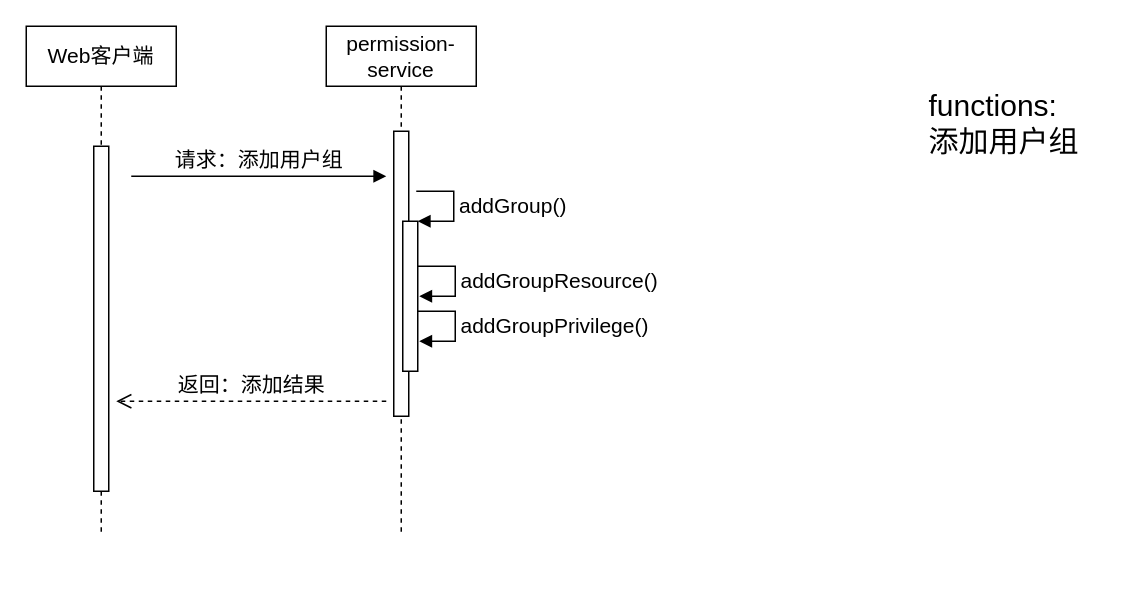
Before: page "sequence-addGroup" (5 of 5) of CDRS/module-design.drawio in waterwatermelon/graph, a draw.io diagram. Source tidied: cells renumbered, new cells numbered last; positions are measured from the earlier drawing's top-left corner, leaving out a move shared by most shapes. Both pictures are drawn from the tidied source at 150%, with x=0, y=0 at pixel (26, 26).
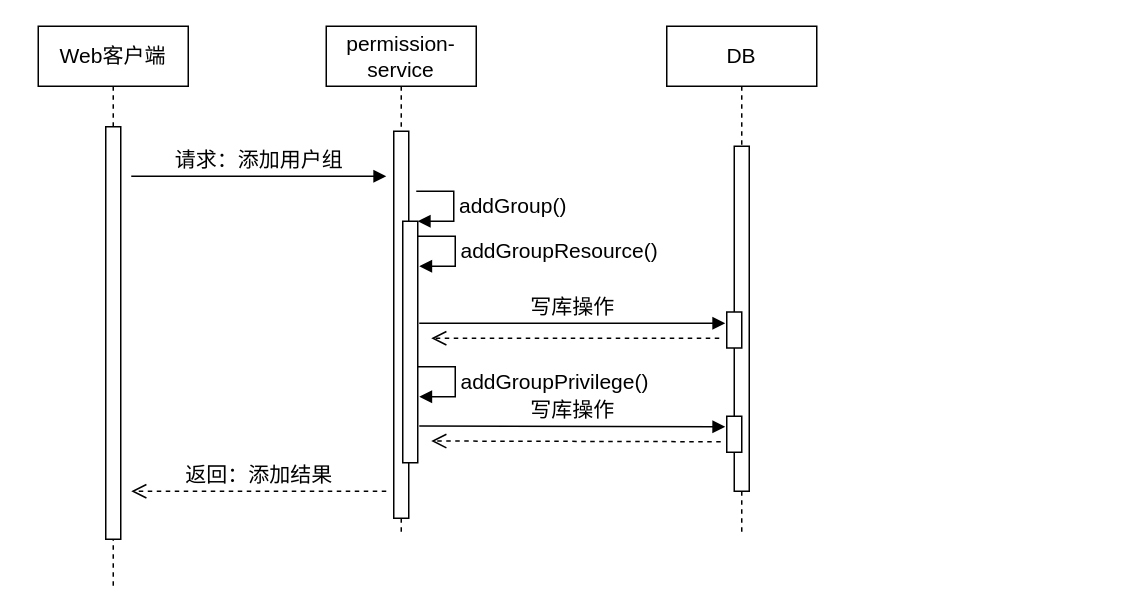
The same page after the edit.

The change refers to these unchanged cells:
```xml
<mxCell id="3" value="permission-service" style="shape=umlLifeline;perimeter=lifelinePerimeter;whiteSpace=wrap;html=1;fontSize=14;" parent="1" vertex="1">
  <mxGeometry x="200" width="100" height="340" as="geometry" />
</mxCell>
```

What changed in the source:
```diff
@@
-    <mxCell id="2" value="&lt;font style=&quot;font-size: 20px&quot;&gt;functions:&lt;br&gt;添加用户组&lt;/font&gt;" style="text;html=1;align=left;verticalAlign=top;spacingTop=-4;fontSize=14;" parent="1" vertex="1">
-      <mxGeometry x="600" y="38" width="120" height="40" as="geometry" />
-    </mxCell>
@@
     <mxCell id="4" style="html=1;perimeter=orthogonalPerimeter;fontSize=14;" parent="3" vertex="1">
-      <mxGeometry x="45" y="70" width="10" height="190" as="geometry" />
+      <mxGeometry x="45" y="70" width="10" height="258" as="geometry" />
     </mxCell>
     <mxCell id="5" value="Web客户端" style="shape=umlLifeline;perimeter=lifelinePerimeter;whiteSpace=wrap;html=1;fontSize=14;" parent="1" vertex="1">
-      <mxGeometry width="100" height="340" as="geometry" />
+      <mxGeometry x="8" width="100" height="375" as="geometry" />
     </mxCell>
     <mxCell id="6" style="html=1;perimeter=orthogonalPerimeter;fontSize=14;" parent="5" vertex="1">
-      <mxGeometry x="45" y="80" width="10" height="230" as="geometry" />
+      <mxGeometry x="45" y="67" width="10" height="275" as="geometry" />
     </mxCell>
     <mxCell id="7" value="返回：添加结果" style="html=1;verticalAlign=bottom;endArrow=open;dashed=1;endSize=8;fontSize=14;" parent="1" edge="1">
       <mxGeometry relative="1" as="geometry">
-        <mxPoint x="240" y="250" as="sourcePoint" />
-        <mxPoint x="60" y="250" as="targetPoint" />
+        <mxPoint x="240" y="310" as="sourcePoint" />
+        <mxPoint x="70" y="310" as="targetPoint" />
       </mxGeometry>
     </mxCell>
@@
     <mxCell id="9" style="html=1;points=[];perimeter=orthogonalPerimeter;strokeColor=#000000;strokeWidth=1;fontSize=14;fontColor=none;" parent="1" vertex="1">
-      <mxGeometry x="251" y="130" width="10" height="100" as="geometry" />
+      <mxGeometry x="251" y="130" width="10" height="161" as="geometry" />
     </mxCell>
@@
     <mxCell id="11" value="addGroupResource()" style="edgeStyle=orthogonalEdgeStyle;html=1;align=left;spacingLeft=2;endArrow=block;rounded=0;entryX=1;entryY=0;strokeWidth=1;fontSize=14;fontColor=none;" parent="1" edge="1">
       <mxGeometry relative="1" as="geometry">
-        <mxPoint x="261" y="160" as="sourcePoint" />
-        <mxPoint x="262" y="180" as="targetPoint" />
+        <mxPoint x="261" y="140" as="sourcePoint" />
+        <mxPoint x="262" y="160" as="targetPoint" />
         <Array as="points">
-          <mxPoint x="286" y="160" />
+          <mxPoint x="286" y="140" />
         </Array>
       </mxGeometry>
     </mxCell>
     <mxCell id="12" value="addGroupPrivilege()" style="edgeStyle=orthogonalEdgeStyle;html=1;align=left;spacingLeft=2;endArrow=block;rounded=0;entryX=1;entryY=0;strokeWidth=1;fontSize=14;fontColor=none;" parent="1" edge="1">
       <mxGeometry relative="1" as="geometry">
-        <mxPoint x="261" y="190" as="sourcePoint" />
-        <mxPoint x="262" y="210" as="targetPoint" />
+        <mxPoint x="261" y="227" as="sourcePoint" />
+        <mxPoint x="262" y="247" as="targetPoint" />
         <Array as="points">
-          <mxPoint x="286" y="190" />
+          <mxPoint x="286" y="227" />
         </Array>
       </mxGeometry>
     </mxCell>
+    <mxCell id="13" value="DB" style="shape=umlLifeline;perimeter=lifelinePerimeter;whiteSpace=wrap;html=1;fontSize=14;" parent="1" vertex="1">
+      <mxGeometry x="427" width="100" height="340" as="geometry" />
+    </mxCell>
+    <mxCell id="14" style="html=1;perimeter=orthogonalPerimeter;fontSize=14;" parent="13" vertex="1">
+      <mxGeometry x="45" y="80" width="10" height="230" as="geometry" />
+    </mxCell>
+    <mxCell id="15" style="html=1;perimeter=orthogonalPerimeter;strokeColor=#000000;strokeWidth=1;fontSize=14;fontColor=none;" parent="13" vertex="1">
+      <mxGeometry x="40" y="190.5" width="10" height="24" as="geometry" />
+    </mxCell>
+    <mxCell id="16" style="html=1;perimeter=orthogonalPerimeter;strokeColor=#000000;strokeWidth=1;fontSize=14;fontColor=none;" parent="13" vertex="1">
+      <mxGeometry x="40" y="260" width="10" height="24" as="geometry" />
+    </mxCell>
+    <mxCell id="17" value="写库操作" style="html=1;verticalAlign=bottom;endArrow=block;fontSize=14;" parent="1" edge="1">
+      <mxGeometry relative="1" as="geometry">
+        <mxPoint x="262" y="198" as="sourcePoint" />
+        <mxPoint x="466" y="198" as="targetPoint" />
+      </mxGeometry>
+    </mxCell>
+    <mxCell id="18" style="html=1;verticalAlign=bottom;endArrow=open;dashed=1;endSize=8;fontSize=14;" parent="1" edge="1">
+      <mxGeometry relative="1" as="geometry">
+        <mxPoint x="462" y="208" as="sourcePoint" />
+        <mxPoint x="270" y="208" as="targetPoint" />
+      </mxGeometry>
+    </mxCell>
+    <mxCell id="19" value="写库操作" style="html=1;verticalAlign=bottom;endArrow=block;fontSize=14;" parent="1" edge="1">
+      <mxGeometry relative="1" as="geometry">
+        <mxPoint x="262" y="266.5" as="sourcePoint" />
+        <mxPoint x="466" y="267" as="targetPoint" />
+      </mxGeometry>
+    </mxCell>
+    <mxCell id="20" style="html=1;verticalAlign=bottom;endArrow=open;dashed=1;endSize=8;fontSize=14;" parent="1" edge="1">
+      <mxGeometry relative="1" as="geometry">
+        <mxPoint x="463" y="277" as="sourcePoint" />
+        <mxPoint x="270" y="276.5" as="targetPoint" />
+      </mxGeometry>
+    </mxCell>
```
